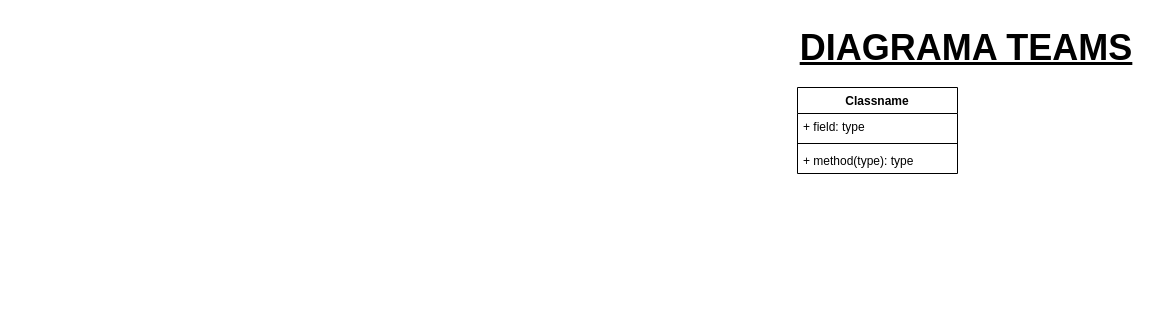
This is DiagramaDeClasse.drawio from Mathschmidt/POO-Abstracao, a draw.io file, before an edit. Source tidied: cells renumbered, new cells numbered last; positions are measured from the earlier drawing's top-left corner, leaving out a move shared by most shapes. Both pictures are drawn from the tidied source at 100%, with x=0, y=0 at pixel (786, 17).
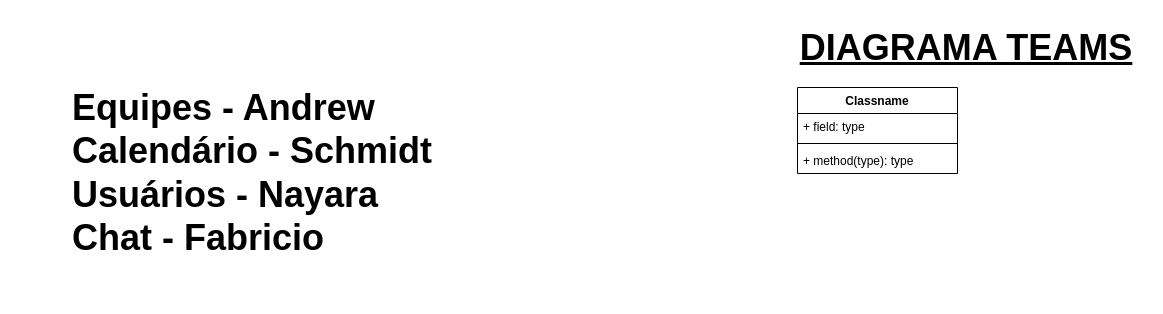
After the change.

Diff of the diagram source:
```diff
@@
 <mxGraphModel>
   <root>
     <mxCell id="0" />
     <mxCell id="1" parent="0" />
     <mxCell id="2" value="&lt;span style=&quot;font-size: 36px&quot;&gt;&lt;b&gt;&lt;u&gt;DIAGRAMA TEAMS&lt;/u&gt;&lt;/b&gt;&lt;/span&gt;" style="text;html=1;strokeColor=none;fillColor=none;align=center;verticalAlign=middle;whiteSpace=wrap;rounded=0;" parent="1" vertex="1">
       <mxGeometry width="360" height="60" as="geometry" />
     </mxCell>
     <mxCell id="3" value="Classname" style="swimlane;fontStyle=1;align=center;verticalAlign=top;horizontal=1;startSize=26;" parent="1" vertex="1">
       <mxGeometry x="11" y="70" width="160" height="86" as="geometry" />
     </mxCell>
     <mxCell id="4" value="+ field: type" style="text;strokeColor=none;fillColor=none;align=left;verticalAlign=top;spacingLeft=4;spacingRight=4;overflow=hidden;" parent="3" vertex="1">
       <mxGeometry y="26" width="160" height="26" as="geometry" />
     </mxCell>
     <mxCell id="5" style="line;strokeWidth=1;fillColor=none;align=left;verticalAlign=middle;spacingTop=-1;spacingLeft=3;spacingRight=3;labelPosition=right;" parent="3" vertex="1">
       <mxGeometry y="52" width="160" height="8" as="geometry" />
     </mxCell>
     <mxCell id="6" value="+ method(type): type" style="text;strokeColor=none;fillColor=none;align=left;verticalAlign=top;spacingLeft=4;spacingRight=4;overflow=hidden;" parent="3" vertex="1">
       <mxGeometry y="60" width="160" height="26" as="geometry" />
     </mxCell>
+    <mxCell id="7" value="&lt;div style=&quot;text-align: left&quot;&gt;&lt;b style=&quot;font-size: 36px&quot;&gt;Equipes - Andrew&lt;/b&gt;&lt;/div&gt;&lt;span style=&quot;font-size: 36px&quot;&gt;&lt;div style=&quot;text-align: left&quot;&gt;&lt;b&gt;Calendário - Schmidt&lt;/b&gt;&lt;/div&gt;&lt;b&gt;&lt;div style=&quot;text-align: left&quot;&gt;&lt;b&gt;Usuários - Nayara&lt;/b&gt;&lt;/div&gt;&lt;div style=&quot;text-align: left&quot;&gt;&lt;b&gt;Chat - Fabricio&lt;/b&gt;&lt;/div&gt;&lt;/b&gt;&lt;/span&gt;" style="text;html=1;strokeColor=none;fillColor=none;align=center;verticalAlign=middle;whiteSpace=wrap;rounded=0;" parent="1" vertex="1">
+      <mxGeometry x="-769" y="30" width="470" height="250" as="geometry" />
+    </mxCell>
   </root>
 </mxGraphModel>
```
